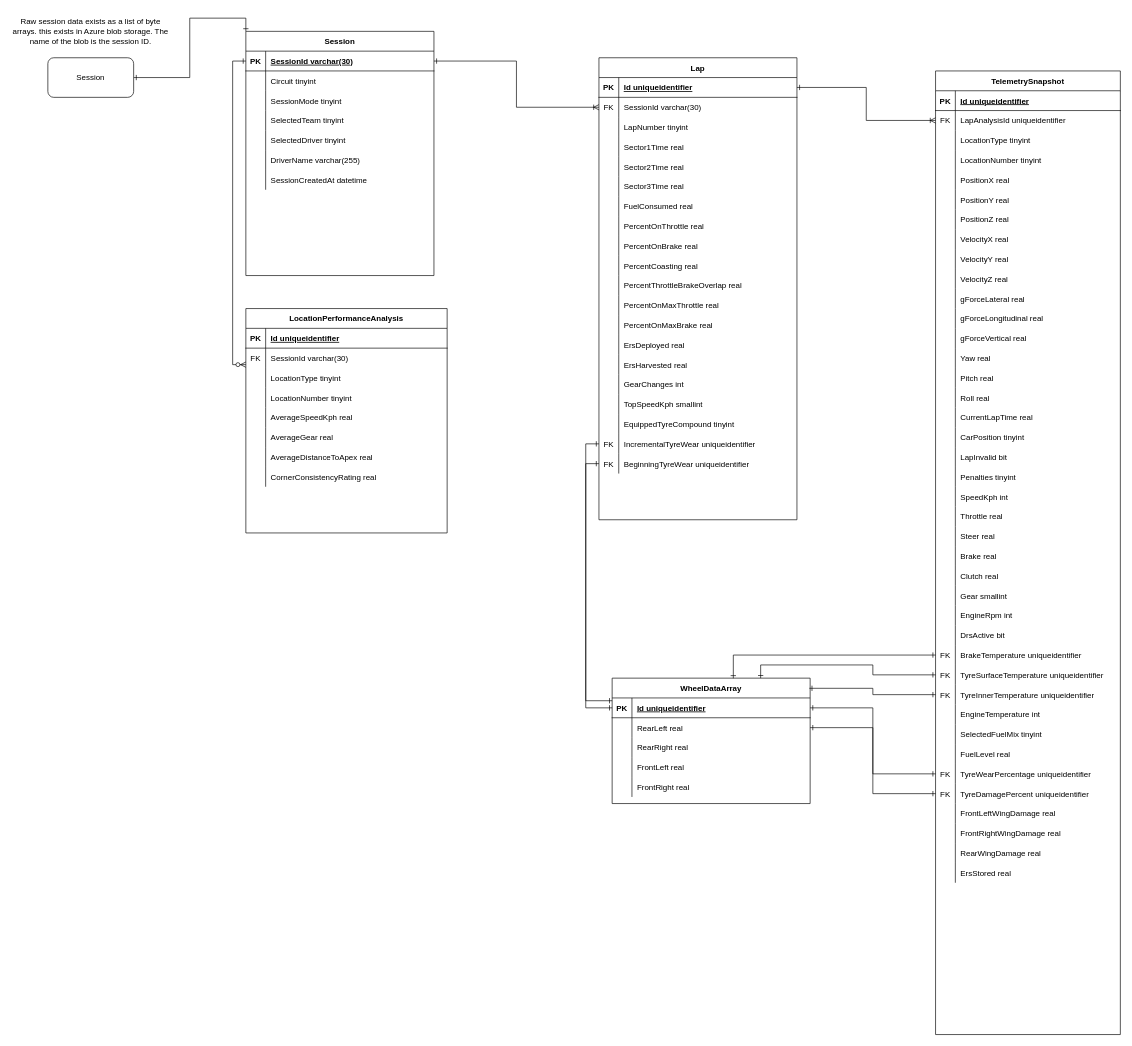
Earlier version of the draw.io diagram page "Sessions" (1 of 2) of Cloud Storage Maps/ApexVisualSqlErd.drawio (TimHanewich/ApexVisual.F1_2020). Source tidied: cells renumbered, new cells numbered last; positions are measured from the earlier drawing's top-left corner, leaving out a move shared by most shapes. Both pictures are drawn from the tidied source at 66%, with x=0, y=0 at pixel (11, 11).
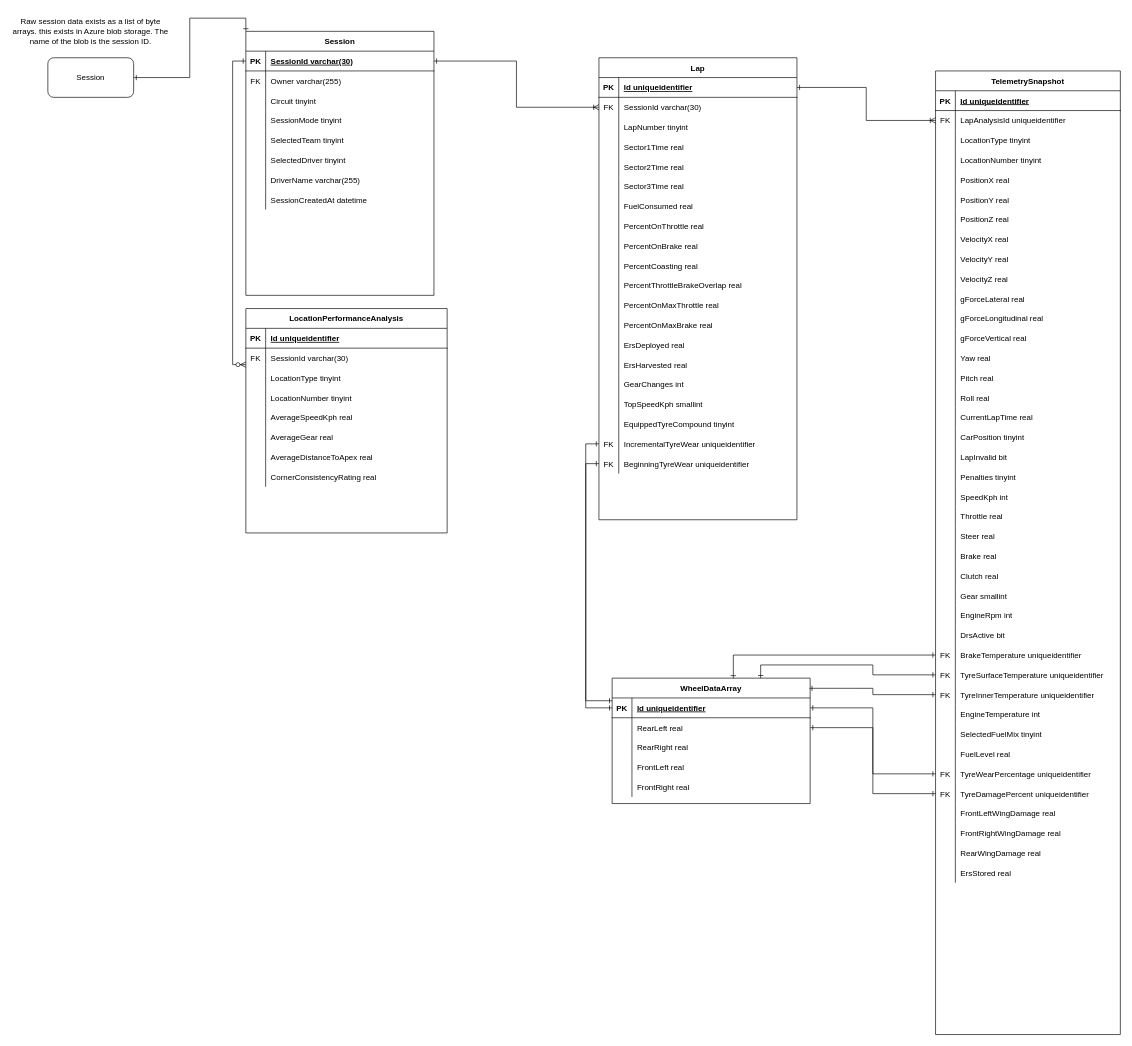
The same page after the edit.

Commit message (it also covers changes not shown here):
Added owner field to session, added circuit field to sql table

Change to the diagram source:
```diff
@@
     <mxCell id="126" value="Session" style="shape=table;startSize=30;childLayout=tableLayout;rowLines=0;fontStyle=1;align=center;" parent="1" vertex="1">
-      <mxGeometry x="355" y="30" width="285" height="370" as="geometry" />
+      <mxGeometry x="355" y="30" width="285" height="400" as="geometry" />
     </mxCell>
@@
+    <mxCell id="260" style="shape=partialRectangle;fillColor=none;top=0;left=0;bottom=0;right=0;" parent="126" vertex="1">
+      <mxGeometry y="60" width="285" height="30" as="geometry" />
+    </mxCell>
+    <mxCell id="261" value="FK" style="shape=partialRectangle;fillColor=none;top=0;left=0;bottom=0;right=0;overflow=hidden;" parent="260" vertex="1">
+      <mxGeometry width="30" height="30" as="geometry" />
+    </mxCell>
+    <mxCell id="262" value="Owner varchar(255)" style="shape=partialRectangle;fillColor=none;top=0;left=0;bottom=0;right=0;align=left;spacingLeft=6;overflow=hidden;" parent="260" vertex="1">
+      <mxGeometry x="30" width="255" height="30" as="geometry" />
+    </mxCell>
     <mxCell id="130" style="shape=partialRectangle;fillColor=none;top=0;left=0;bottom=0;right=0;" parent="126" vertex="1">
-      <mxGeometry y="60" width="285" height="30" as="geometry" />
+      <mxGeometry y="90" width="285" height="30" as="geometry" />
     </mxCell>
@@
     <mxCell id="133" style="shape=partialRectangle;fillColor=none;top=0;left=0;bottom=0;right=0;" parent="126" vertex="1">
-      <mxGeometry y="90" width="285" height="30" as="geometry" />
+      <mxGeometry y="120" width="285" height="30" as="geometry" />
     </mxCell>
@@
     <mxCell id="136" style="shape=partialRectangle;fillColor=none;top=0;left=0;bottom=0;right=0;" parent="126" vertex="1">
-      <mxGeometry y="120" width="285" height="30" as="geometry" />
+      <mxGeometry y="150" width="285" height="30" as="geometry" />
     </mxCell>
@@
     <mxCell id="139" style="shape=partialRectangle;fillColor=none;top=0;left=0;bottom=0;right=0;" parent="126" vertex="1">
-      <mxGeometry y="150" width="285" height="30" as="geometry" />
+      <mxGeometry y="180" width="285" height="30" as="geometry" />
     </mxCell>
@@
     <mxCell id="142" style="shape=partialRectangle;fillColor=none;top=0;left=0;bottom=0;right=0;" parent="126" vertex="1">
-      <mxGeometry y="180" width="285" height="30" as="geometry" />
+      <mxGeometry y="210" width="285" height="30" as="geometry" />
     </mxCell>
@@
     <mxCell id="145" style="shape=partialRectangle;fillColor=none;top=0;left=0;bottom=0;right=0;" parent="126" vertex="1">
-      <mxGeometry y="210" width="285" height="30" as="geometry" />
+      <mxGeometry y="240" width="285" height="30" as="geometry" />
     </mxCell>
```
